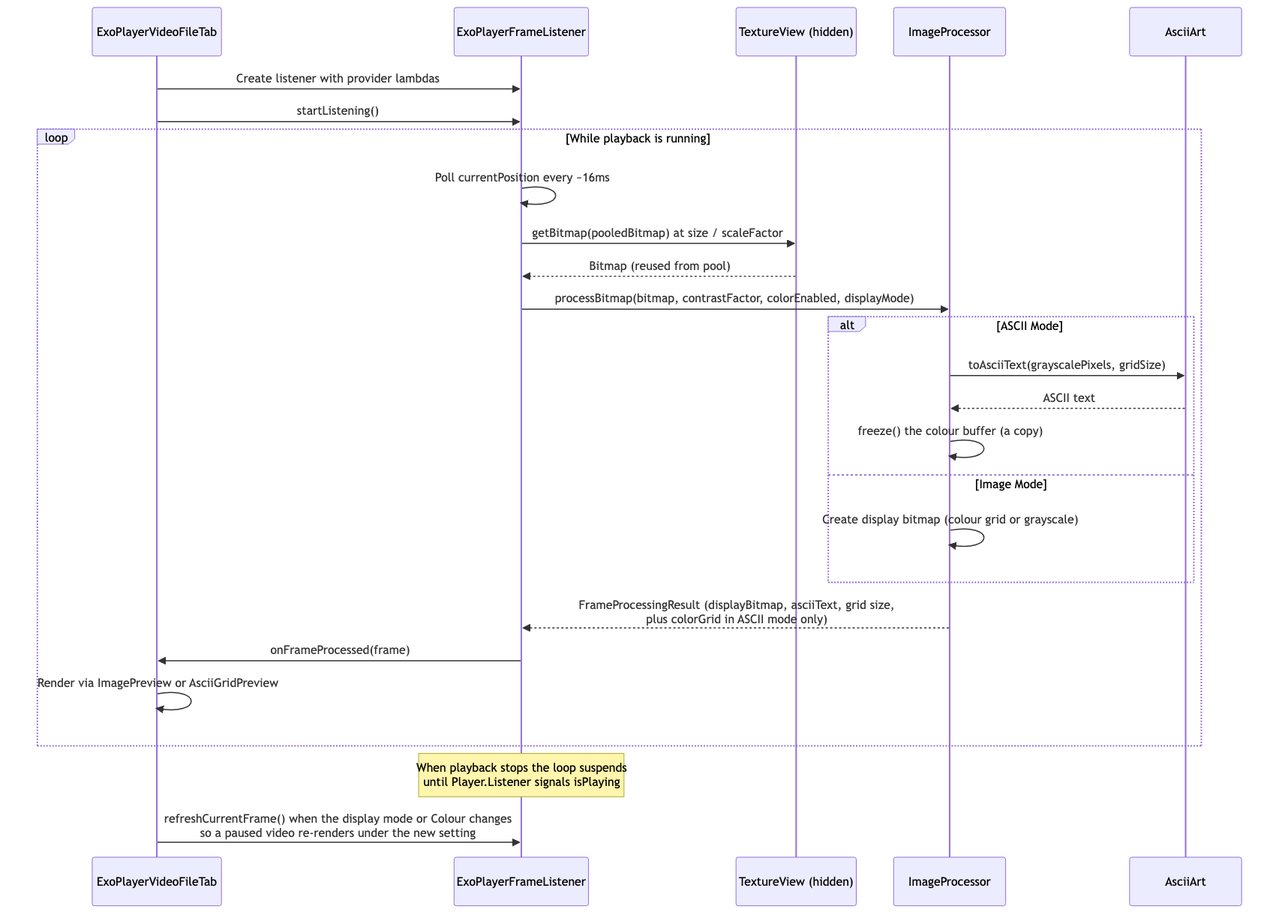
This is docs/sequence-video-file.png from replicant1/AsciiArt, a Mermaid export, as it was before one commit. Its source is kept beside it as docs/sequence-video-file.mmd.
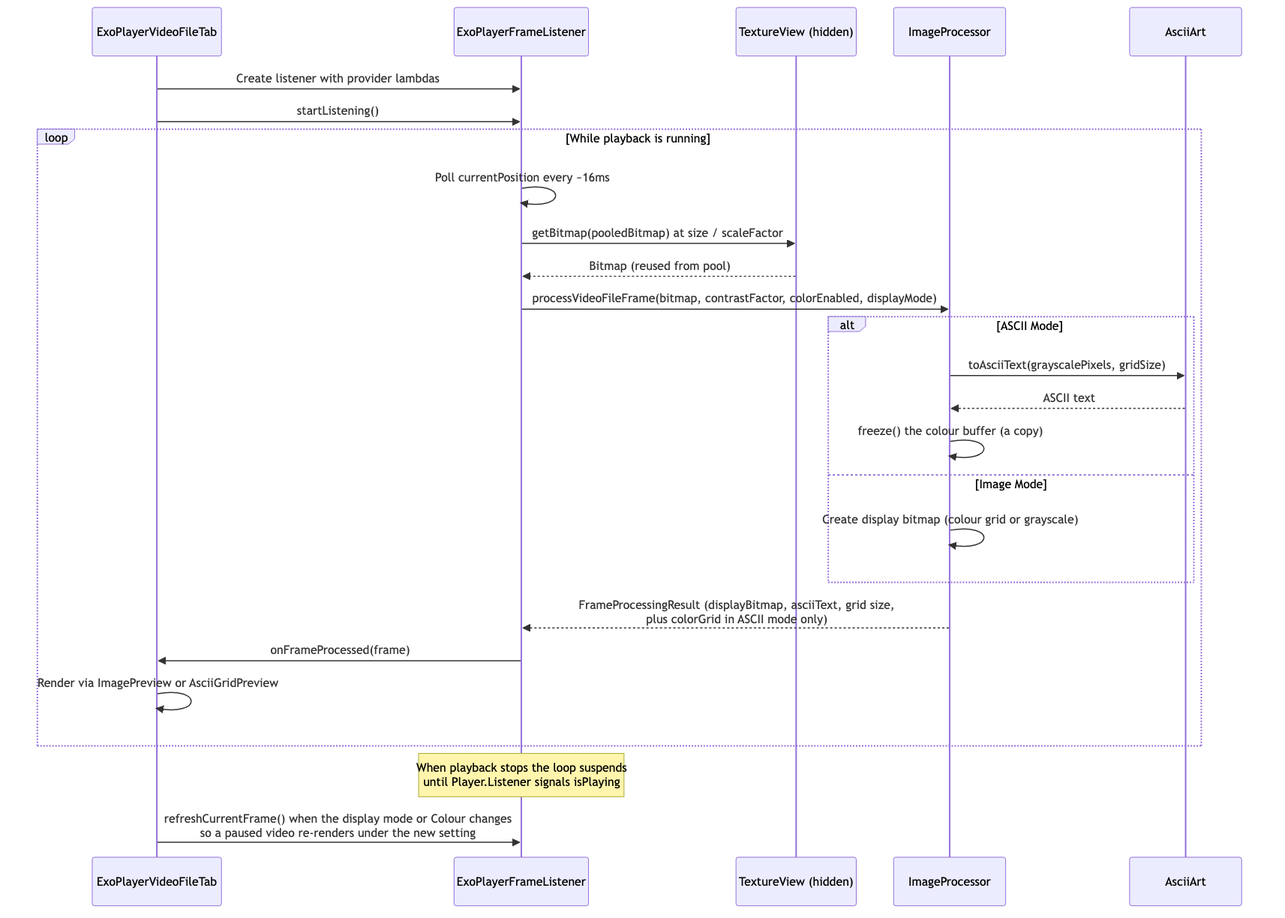
The same file after the commit.

What changed in the source:
```diff
@@ -11,7 +11,7 @@
         EFL->>EFL: Poll currentPosition every ~16ms
         EFL->>TV: getBitmap(pooledBitmap) at size / scaleFactor
         TV-->>EFL: Bitmap (reused from pool)
-        EFL->>IP: processBitmap(bitmap, contrastFactor, colorEnabled, displayMode)
+        EFL->>IP: processVideoFileFrame(bitmap, contrastFactor, colorEnabled, displayMode)
         alt ASCII Mode
             IP->>AA: toAsciiText(grayscalePixels, gridSize)
             AA-->>IP: ASCII text
```
